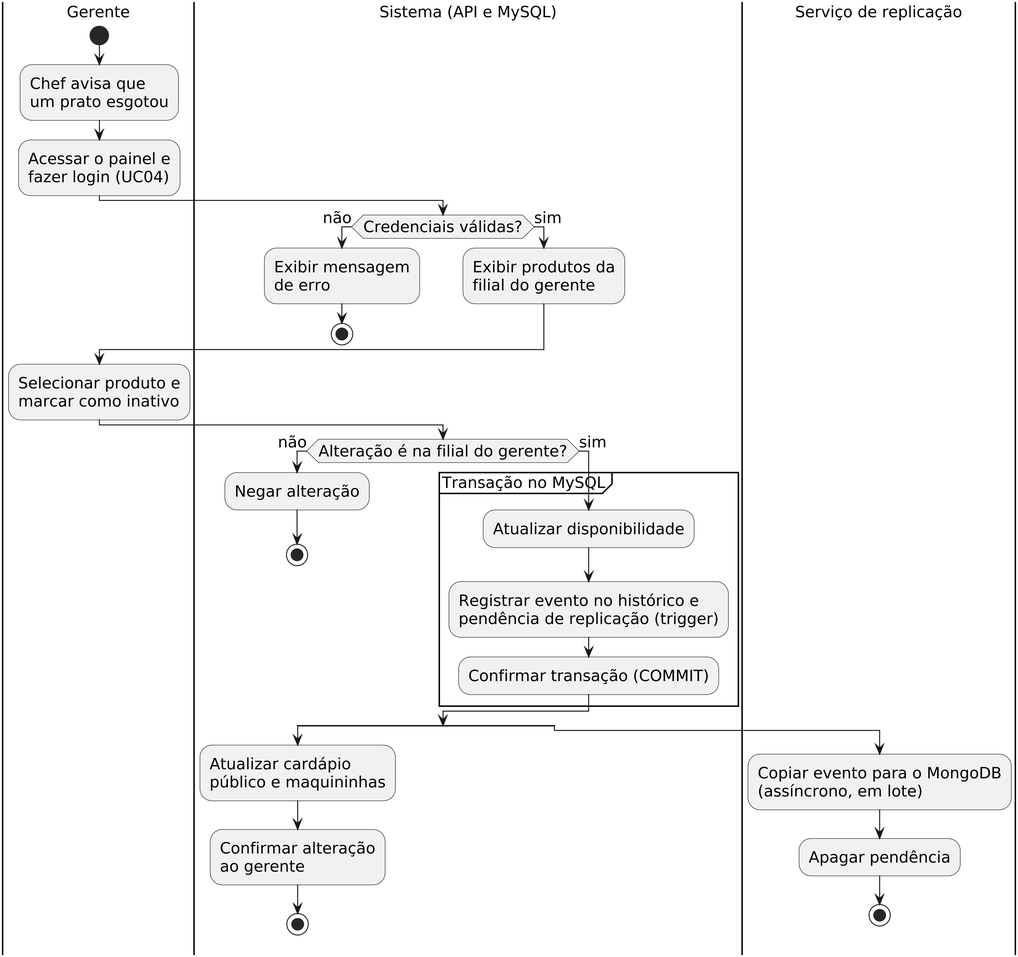
The PlantUML diagram diagramas/sem_titulo/04_atividades.png in vitorfaust1no/PIM-II, before a commit. Its source is kept beside it as diagramas/04_atividades.puml. Source of this version:
```plantuml
@startuml 04_atividades
!include estilo.iuml
skinparam defaultFontSize 16
skinparam dpi 300

|Gerente|
start
:Chef avisa que
um prato esgotou;
:Acessar o painel e
fazer login (UC04);
|Sistema (API e MySQL)|
if (Credenciais válidas?) then (não)
  :Exibir mensagem
  de erro;
  stop
else (sim)
  :Exibir produtos da
  filial do gerente;
endif
|Gerente|
:Selecionar produto e
marcar como inativo;
|Sistema (API e MySQL)|
if (Alteração é na filial do gerente?) then (não)
  :Negar alteração;
  stop
else (sim)
  partition "Transação no MySQL" {
    :Atualizar disponibilidade;
    :Registrar evento no histórico e
    pendência de replicação (trigger);
    :Confirmar transação (COMMIT);
  }
endif
split
  :Atualizar cardápio
  público e maquininhas;
  :Confirmar alteração
  ao gerente;
  stop
split again
  |Serviço de replicação|
  :Copiar evento para o MongoDB
  (assíncrono, em lote);
  :Apagar pendência;
  stop
end split
@enduml
```
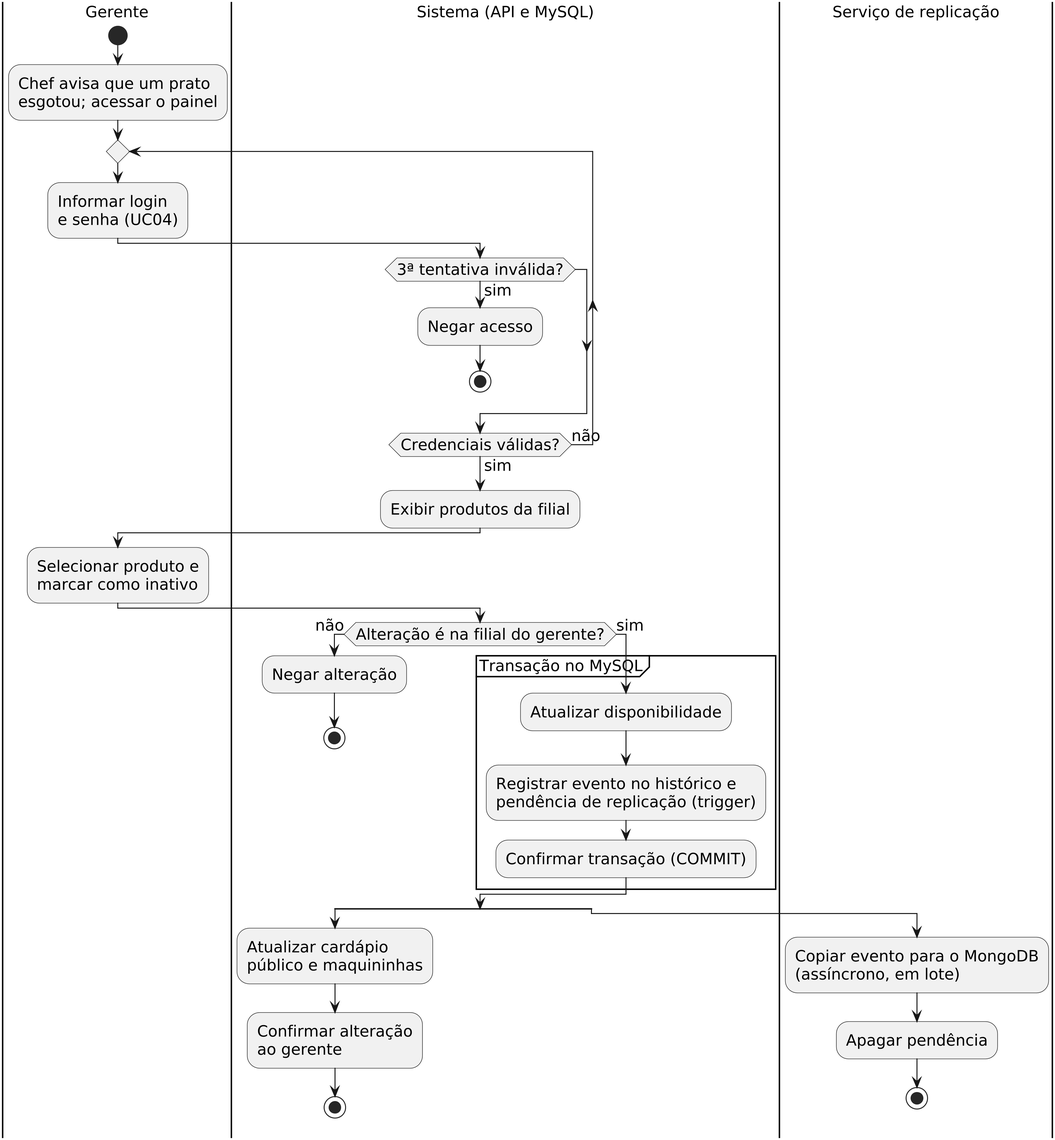
After the commit.

The edit, as a diff of the source:
```diff
@@ -5,19 +5,18 @@
 
 |Gerente|
 start
-:Chef avisa que
-um prato esgotou;
-:Acessar o painel e
-fazer login (UC04);
-|Sistema (API e MySQL)|
-if (Credenciais válidas?) then (não)
-  :Exibir mensagem
-  de erro;
-  stop
-else (sim)
-  :Exibir produtos da
-  filial do gerente;
-endif
+:Chef avisa que um prato
+esgotou; acessar o painel;
+repeat
+  :Informar login
+  e senha (UC04);
+  |Sistema (API e MySQL)|
+  if (3ª tentativa inválida?) then (sim)
+    :Negar acesso;
+    stop
+  endif
+repeat while (Credenciais válidas?) is (não) not (sim)
+:Exibir produtos da filial;
 |Gerente|
 :Selecionar produto e
 marcar como inativo;
```
